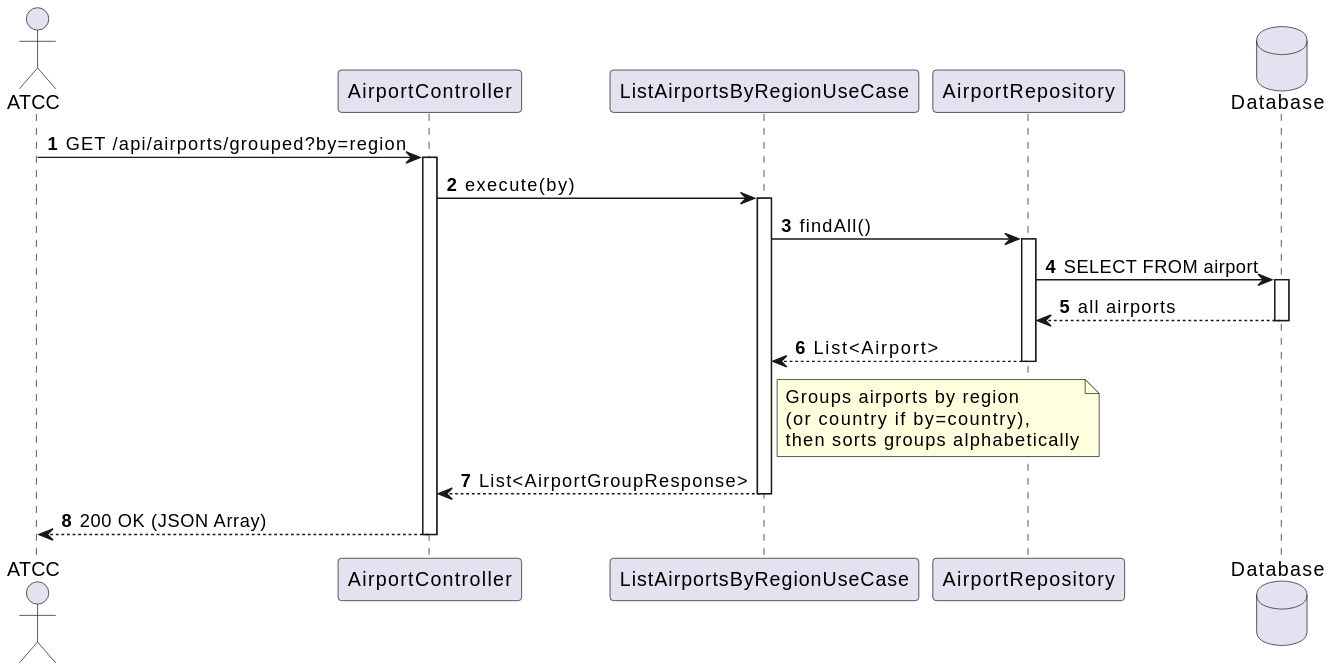
Above: docs/system-documentation/use-cases/WP2B/US211/svg/sd_us211.svg in VascoMagolo/psoft_1231562_1241692_1242036_2db (PlantUML), before the change. Source of this version:
```plantuml
@startuml
autonumber
actor "ATCC" as ATCC
participant "AirportController" as Ctrl
participant "ListAirportsByRegionUseCase" as UC
participant "AirportRepository" as Repo
database "Database" as DB

ATCC -> Ctrl : GET /api/airports/grouped?by=region
activate Ctrl

Ctrl -> UC : execute(by)
activate UC

UC -> Repo : findAll()
activate Repo
Repo -> DB : SELECT FROM airport
activate DB
DB --> Repo : all airports
deactivate DB
Repo --> UC : List<Airport>
deactivate Repo

note right of UC : Groups airports by region\n(or country if by=country),\nthen sorts groups alphabetically

UC --> Ctrl : List<AirportGroupResponse>
deactivate UC

Ctrl --> ATCC : 200 OK (JSON Array)
deactivate Ctrl
@enduml
```
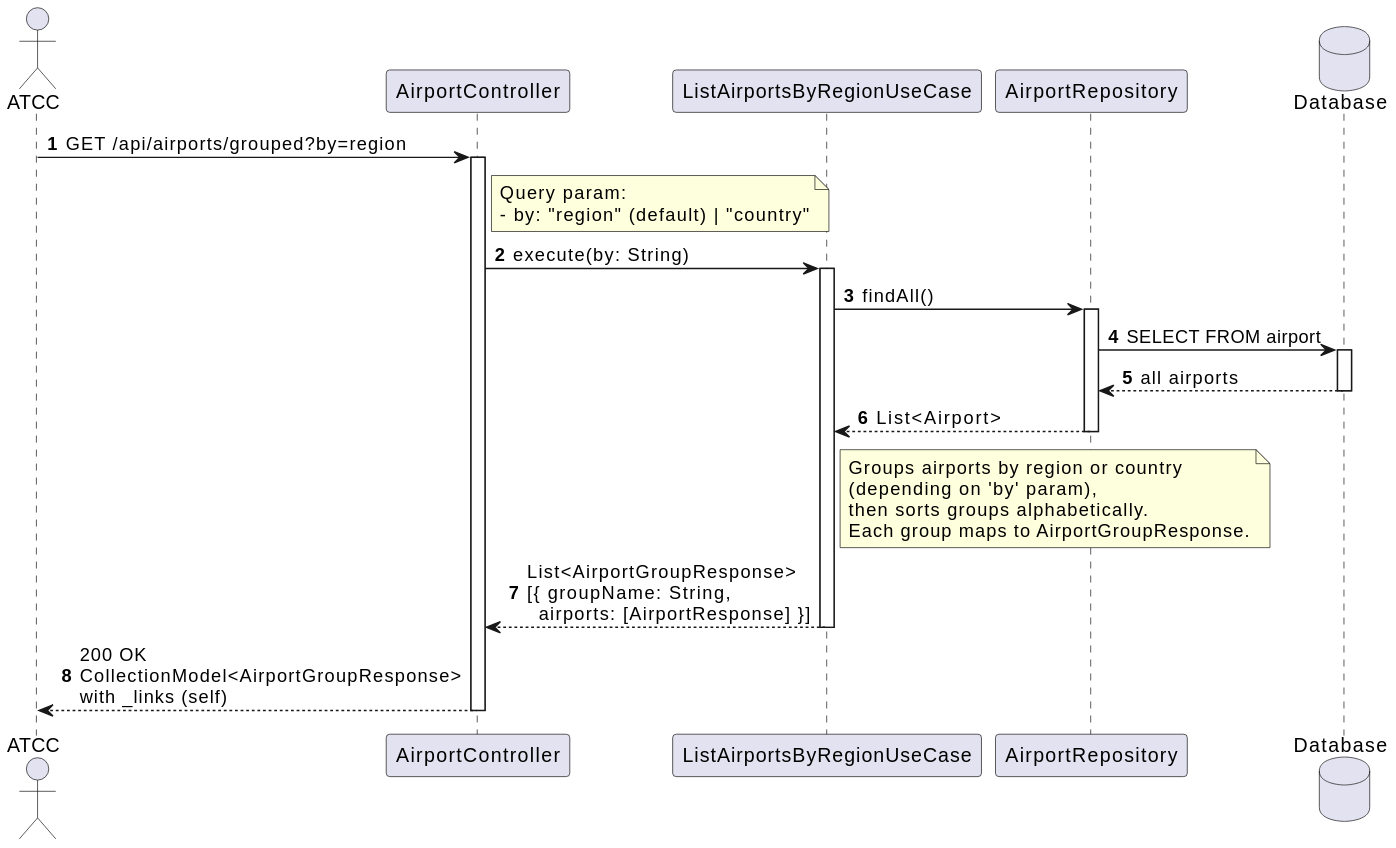
The same diagram one commit later.

The edit, as a diff of the source:
```diff
@@ -9,7 +9,12 @@
 ATCC -> Ctrl : GET /api/airports/grouped?by=region
 activate Ctrl
 
-Ctrl -> UC : execute(by)
+note right of Ctrl
+  Query param:
+  - by: "region" (default) | "country"
+end note
+
+Ctrl -> UC : execute(by: String)
 activate UC
 
 UC -> Repo : findAll()
@@ -21,11 +26,16 @@
 Repo --> UC : List<Airport>
 deactivate Repo
 
-note right of UC : Groups airports by region\n(or country if by=country),\nthen sorts groups alphabetically
+note right of UC
+  Groups airports by region or country
+  (depending on 'by' param),
+  then sorts groups alphabetically.
+  Each group maps to AirportGroupResponse.
+end note
 
-UC --> Ctrl : List<AirportGroupResponse>
+UC --> Ctrl : List<AirportGroupResponse>\n[{ groupName: String,\n  airports: [AirportResponse] }]
 deactivate UC
 
-Ctrl --> ATCC : 200 OK (JSON Array)
+Ctrl --> ATCC : 200 OK\nCollectionModel<AirportGroupResponse>\nwith _links (self)
 deactivate Ctrl
 @enduml
```
